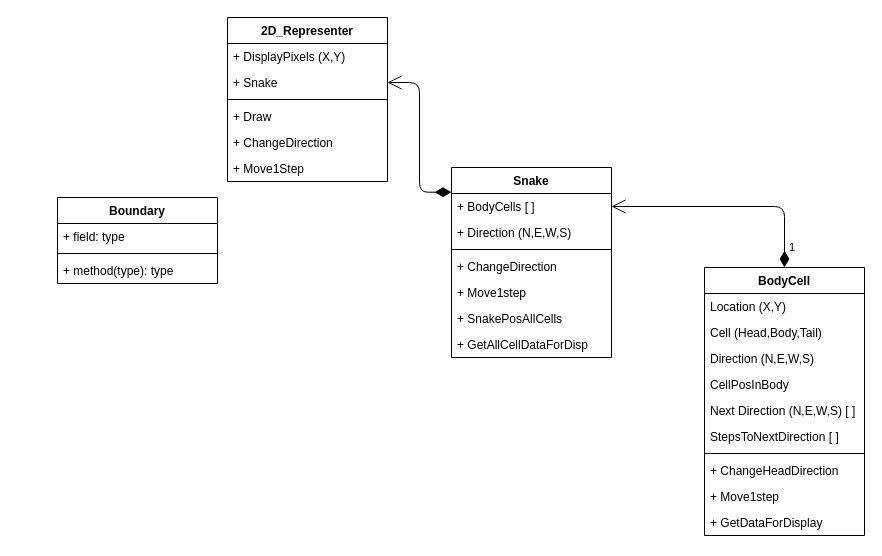
This is Docs/Snake Game in LabVIEW.drawio from digiajay/SnakeGameInLabVIEW, a draw.io file, before an edit. Source tidied: cells renumbered, new cells numbered last; positions are measured from the earlier drawing's top-left corner, leaving out a move shared by most shapes. Both pictures are drawn from the tidied source at 100%, with x=0, y=0 at pixel (57, 17).
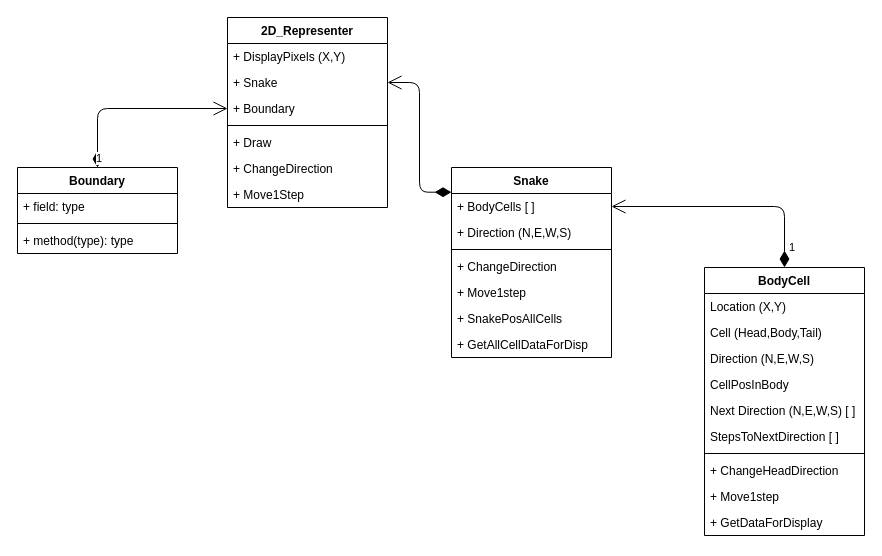
Above is the later version.

Commit message:
Testing update of boundary to Snake Game in LabVIEW.drawio

Unchanged cells that the change refers to:
```xml
<mxCell id="11" value="+ BodyCells [ ]" style="text;strokeColor=none;fillColor=none;align=left;verticalAlign=top;spacingLeft=4;spacingRight=4;overflow=hidden;points=[[0,0.5],[1,0.5]];portConstraint=eastwest;" parent="10" vertex="1">
  <mxGeometry y="26" width="160" height="26" as="geometry" />
</mxCell>
<mxCell id="18" value="BodyCell" style="swimlane;fontStyle=1;align=center;verticalAlign=top;horizontal=1;startSize=26;rounded=0;shadow=0;strokeWidth=1;" parent="1" vertex="1">
  <mxGeometry x="647" y="250" width="160" height="268" as="geometry" />
</mxCell>
```

The edit, as a diff of the source:
```diff
@@
     <mxCell id="3" value="2D_Representer" style="swimlane;fontStyle=1;align=center;verticalAlign=top;horizontal=1;startSize=26;" parent="1" vertex="1">
-      <mxGeometry x="170" width="160" height="164" as="geometry" />
+      <mxGeometry x="170" width="160" height="190" as="geometry" />
     </mxCell>
@@
-    <mxCell id="5" value="+ Snake" style="text;strokeColor=none;fillColor=none;align=left;verticalAlign=top;spacingLeft=4;spacingRight=4;overflow=hidden;points=[[0,0.5],[1,0.5]];portConstraint=eastwest;" parent="3" vertex="1">
+    <mxCell id="5" value="+ Snake&#10;" style="text;strokeColor=none;fillColor=none;align=left;verticalAlign=top;spacingLeft=4;spacingRight=4;overflow=hidden;points=[[0,0.5],[1,0.5]];portConstraint=eastwest;" parent="3" vertex="1">
       <mxGeometry y="52" width="160" height="26" as="geometry" />
     </mxCell>
+    <mxCell id="34" value="+ Boundary" style="text;strokeColor=none;fillColor=none;align=left;verticalAlign=top;spacingLeft=4;spacingRight=4;overflow=hidden;points=[[0,0.5],[1,0.5]];portConstraint=eastwest;" parent="3" vertex="1">
+      <mxGeometry y="78" width="160" height="26" as="geometry" />
+    </mxCell>
     <mxCell id="6" style="line;strokeWidth=1;fillColor=none;align=left;verticalAlign=middle;spacingTop=-1;spacingLeft=3;spacingRight=3;labelPosition=right;" parent="3" vertex="1">
-      <mxGeometry y="78" width="160" height="8" as="geometry" />
+      <mxGeometry y="104" width="160" height="8" as="geometry" />
     </mxCell>
     <mxCell id="7" value="+ Draw" style="text;strokeColor=none;fillColor=none;align=left;verticalAlign=top;spacingLeft=4;spacingRight=4;overflow=hidden;" parent="3" vertex="1">
-      <mxGeometry y="86" width="160" height="26" as="geometry" />
+      <mxGeometry y="112" width="160" height="26" as="geometry" />
     </mxCell>
     <mxCell id="8" value="+ ChangeDirection" style="text;strokeColor=none;fillColor=none;align=left;verticalAlign=top;spacingLeft=4;spacingRight=4;overflow=hidden;" parent="3" vertex="1">
-      <mxGeometry y="112" width="160" height="26" as="geometry" />
+      <mxGeometry y="138" width="160" height="26" as="geometry" />
     </mxCell>
     <mxCell id="9" value="+ Move1Step" style="text;strokeColor=none;fillColor=none;align=left;verticalAlign=top;spacingLeft=4;spacingRight=4;overflow=hidden;" parent="3" vertex="1">
-      <mxGeometry y="138" width="160" height="26" as="geometry" />
+      <mxGeometry y="164" width="160" height="26" as="geometry" />
     </mxCell>
@@
+    <mxCell id="33" value="1" style="endArrow=open;html=1;endSize=12;startArrow=diamondThin;startSize=14;startFill=1;edgeStyle=orthogonalEdgeStyle;align=left;verticalAlign=bottom;" parent="1" edge="1" source="18" target="11">
+      <mxGeometry x="-0.91" y="-3" relative="1" as="geometry" />
+    </mxCell>
     <mxCell id="29" value="Boundary" style="swimlane;fontStyle=1;align=center;verticalAlign=top;horizontal=1;startSize=26;" parent="1" vertex="1">
-      <mxGeometry y="180" width="160" height="86" as="geometry" />
+      <mxGeometry x="-40" y="150" width="160" height="86" as="geometry" />
     </mxCell>
@@
-    <mxCell id="33" value="1" style="endArrow=open;html=1;endSize=12;startArrow=diamondThin;startSize=14;startFill=1;edgeStyle=orthogonalEdgeStyle;align=left;verticalAlign=bottom;" parent="1" edge="1" source="18" target="11">
-      <mxGeometry x="-0.91" y="-3" relative="1" as="geometry" />
-    </mxCell>
+    <mxCell id="35" value="1" style="endArrow=open;html=1;endSize=12;startArrow=diamondThin;startSize=14;startFill=1;edgeStyle=orthogonalEdgeStyle;align=left;verticalAlign=bottom;exitX=0.5;exitY=0;exitDx=0;exitDy=0;entryX=0;entryY=0.5;entryDx=0;entryDy=0;" parent="1" edge="1" source="29" target="34">
+      <mxGeometry x="-1" y="3" relative="1" as="geometry" />
+    </mxCell>
```
